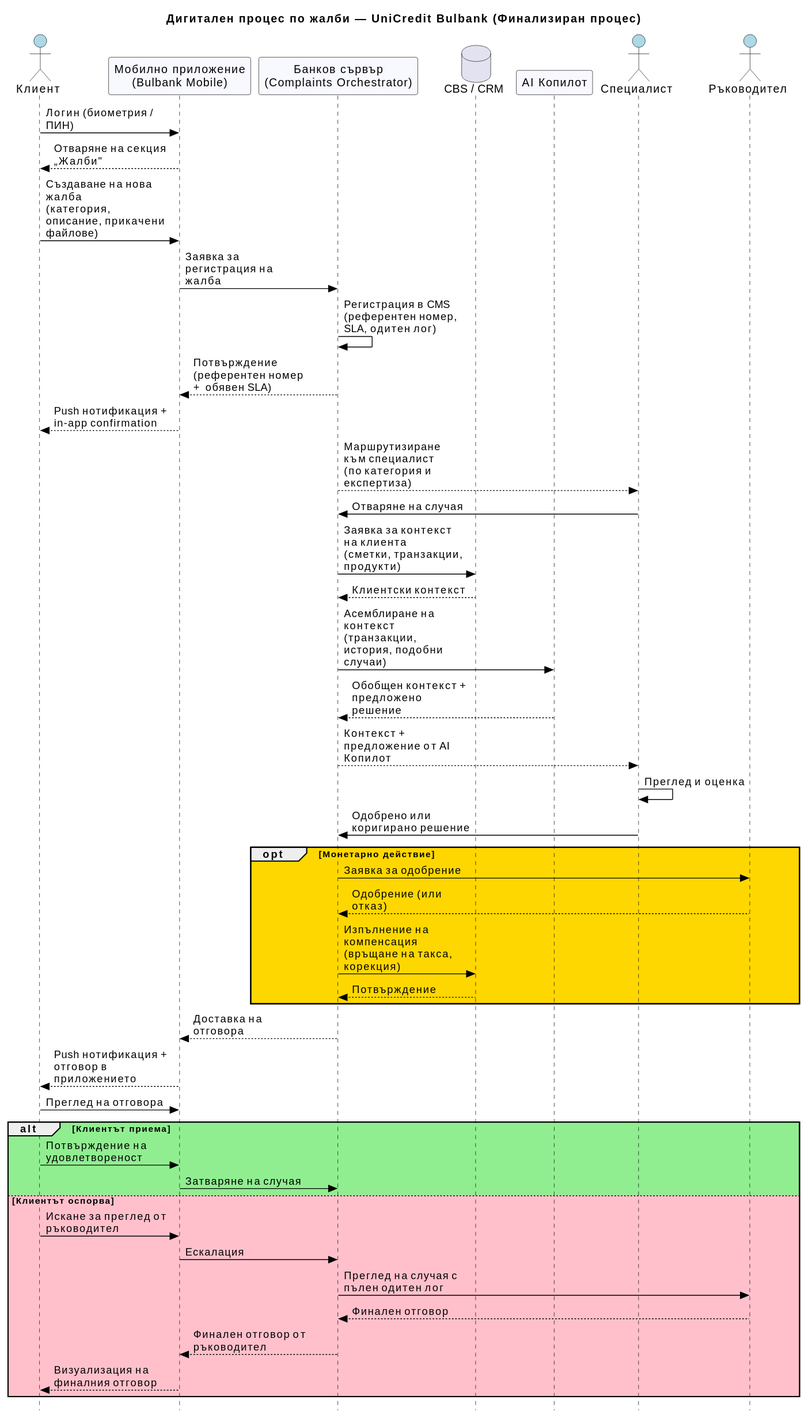
Earlier version of the PlantUML export deliverables/02_process/sequence_complaint.svg (vents04/DB_course_project). The source it was exported from:
```plantuml
@startuml
skinparam style strictuml
skinparam MaxMessageSize 150
skinparam sequence {
    ParticipantBackgroundColor GhostWhite
    ActorBackgroundColor LightBlue
    LifeLineBorderColor Black
    ArrowColor Black
}

title Дигитален процес по жалби — UniCredit Bulbank (Финализиран процес)

actor "Клиент" as Client
participant "Мобилно приложение\n(Bulbank Mobile)" as App
participant "Банков сървър\n(Complaints Orchestrator)" as Server
database "CBS / CRM" as CBS
participant "AI Копилот" as AI
actor "Специалист" as Agent
actor "Ръководител" as Supervisor

Client -> App: Логин (биометрия / ПИН)
App --> Client: Отваряне на секция „Жалби"
Client -> App: Създаване на нова жалба\n(категория, описание, прикачени файлове)
App -> Server: Заявка за регистрация на жалба

Server -> Server: Регистрация в CMS\n(референтен номер, SLA, одитен лог)
Server --> App: Потвърждение (референтен номер + обявен SLA)
App --> Client: Push нотификация + in-app confirmation

Server --> Agent: Маршрутизиране към специалист\n(по категория и експертиза)
Agent -> Server: Отваряне на случая
Server -> CBS: Заявка за контекст на клиента\n(сметки, транзакции, продукти)
CBS --> Server: Клиентски контекст
Server -> AI: Асемблиране на контекст\n(транзакции, история, подобни случаи)
AI --> Server: Обобщен контекст + предложено решение
Server --> Agent: Контекст + предложение от AI Копилот

Agent -> Agent: Преглед и оценка
Agent -> Server: Одобрено или коригирано решение

opt #Gold Монетарно действие
    Server -> Supervisor: Заявка за одобрение
    Supervisor --> Server: Одобрение (или отказ)
    Server -> CBS: Изпълнение на компенсация\n(връщане на такса, корекция)
    CBS --> Server: Потвърждение
end

Server --> App: Доставка на отговора
App --> Client: Push нотификация + отговор в приложението

Client -> App: Преглед на отговора
alt #LightGreen Клиентът приема
    Client -> App: Потвърждение на удовлетвореност
    App -> Server: Затваряне на случая
else #Pink Клиентът оспорва
    Client -> App: Искане за преглед от ръководител
    App -> Server: Ескалация
    Server -> Supervisor: Преглед на случая с пълен одитен лог
    Supervisor --> Server: Финален отговор
    Server --> App: Финален отговор от ръководител
    App --> Client: Визуализация на финалния отговор
end
@enduml
```
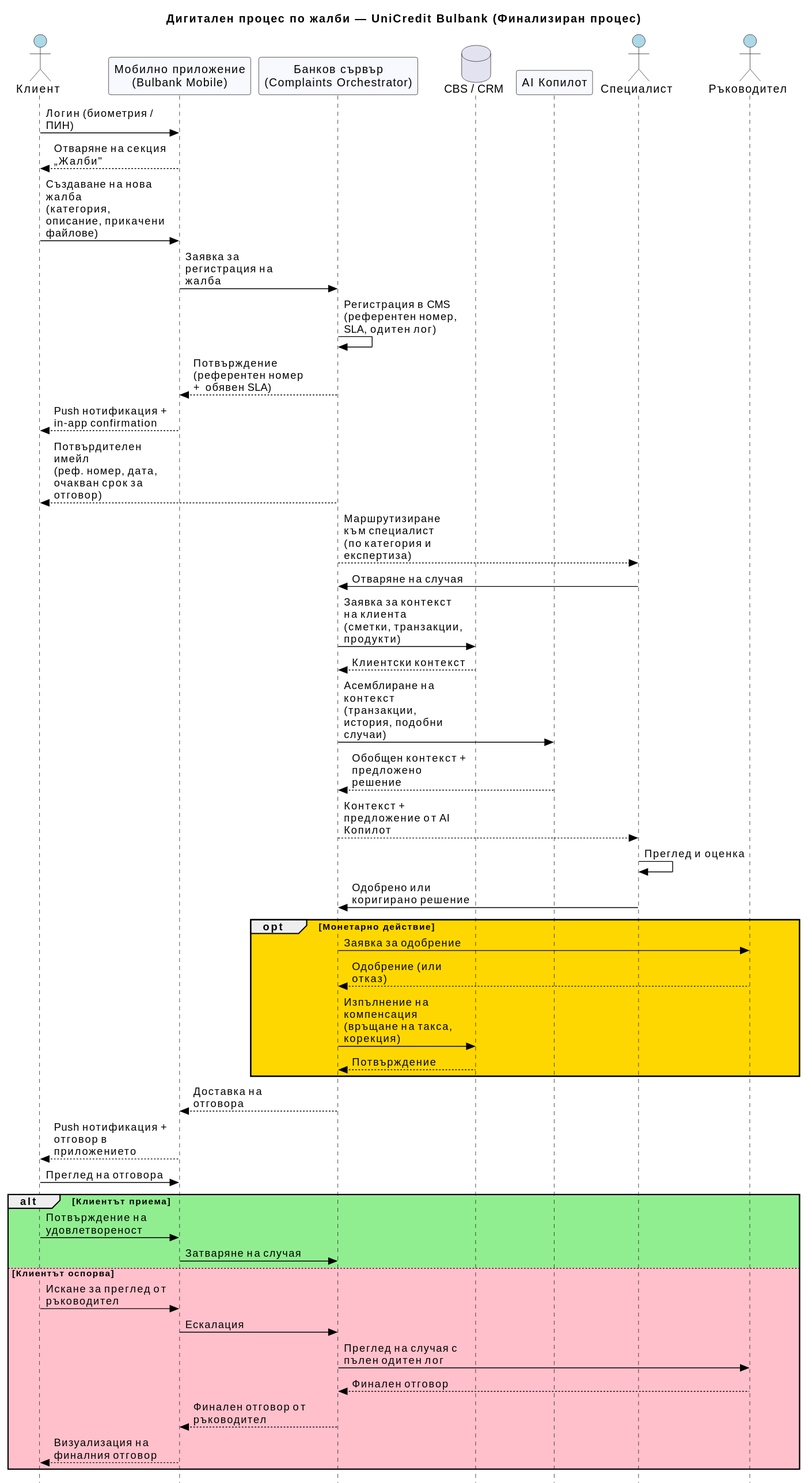
The same file after the commit.

Change to the diagram source:
```diff
@@ -26,6 +26,7 @@
 Server -> Server: Регистрация в CMS\n(референтен номер, SLA, одитен лог)
 Server --> App: Потвърждение (референтен номер + обявен SLA)
 App --> Client: Push нотификация + in-app confirmation
+Server --> Client: Потвърдителен имейл\n(реф. номер, дата, очакван срок за отговор)
 
 Server --> Agent: Маршрутизиране към специалист\n(по категория и експертиза)
 Agent -> Server: Отваряне на случая
```
